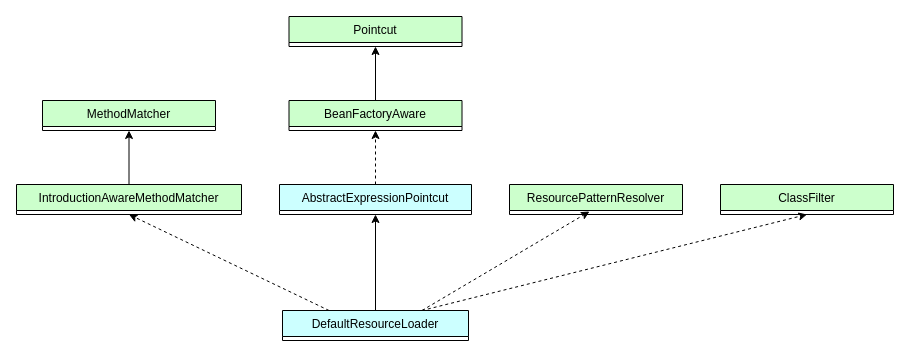
MuggleStar/draw_io keeps this draw.io diagram as spring/aop/AspectJExpressionPointcut.drawio. Above is the earlier version. Source tidied: cells renumbered, new cells numbered last; positions are measured from the earlier drawing's top-left corner, leaving out a move shared by most shapes. Both pictures are drawn from the tidied source at 100%, with x=0, y=0 at pixel (16, 16).
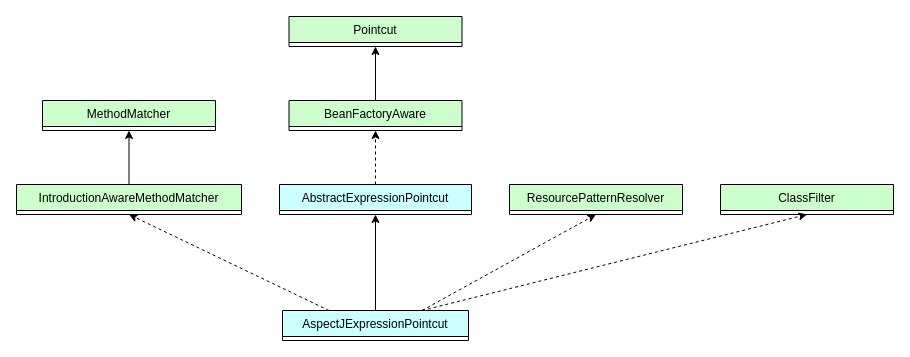
After the change.

The edit, as a diff of the source:
```diff
@@
 <mxGraphModel>
   <root>
     <mxCell id="0" />
     <mxCell id="1" parent="0" />
-    <mxCell id="2" value="DefaultResourceLoader" style="swimlane;fontStyle=0;horizontal=1;startSize=26;fillColor=#CCFFFF;direction=east;strokeColor=default;swimlaneLine=1;glass=0;rounded=0;shadow=0;" parent="1" vertex="1" collapsed="1">
+    <mxCell id="2" value="AspectJExpressionPointcut" style="swimlane;fontStyle=0;horizontal=1;startSize=26;fillColor=#CCFFFF;direction=east;strokeColor=default;swimlaneLine=1;glass=0;rounded=0;shadow=0;" parent="1" vertex="1" collapsed="1">
       <mxGeometry x="266" y="294" width="186" height="30" as="geometry" />
     </mxCell>
     <mxCell id="3" style="endArrow=classic;html=1;rounded=0;dashed=1;exitX=0.75;exitY=0;exitDx=0;exitDy=0;entryX=0.5;entryY=1;entryDx=0;entryDy=0;" parent="1" edge="1" source="2" target="9">
       <mxGeometry relative="1" as="geometry" />
     </mxCell>
-    <mxCell id="4" style="endArrow=classic;html=1;rounded=0;exitX=0.5;exitY=0;exitDx=0;exitDy=0;" parent="1" edge="1" source="2" target="11">
+    <mxCell id="4" style="endArrow=classic;html=1;rounded=0;exitX=0.5;exitY=0;exitDx=0;exitDy=0;entryX=0.5;entryY=1;entryDx=0;entryDy=0;" parent="1" edge="1" source="2" target="11">
       <mxGeometry relative="1" as="geometry" />
     </mxCell>
     <mxCell id="5" value="MethodMatcher" style="swimlane;fontStyle=0;horizontal=1;startSize=26;fillColor=#CCFFCC;direction=east;strokeColor=default;swimlaneLine=1;glass=0;rounded=0;shadow=0;" parent="1" vertex="1" collapsed="1">
       <mxGeometry x="26" y="84" width="173" height="30" as="geometry" />
     </mxCell>
     <mxCell id="6" value="Pointcut" style="swimlane;fontStyle=0;horizontal=1;startSize=26;fillColor=#CCFFCC;direction=east;strokeColor=default;swimlaneLine=1;glass=0;rounded=0;shadow=0;" parent="1" vertex="1" collapsed="1">
       <mxGeometry x="272.5" width="173" height="30" as="geometry" />
     </mxCell>
     <mxCell id="7" value="BeanFactoryAware" style="swimlane;fontStyle=0;horizontal=1;startSize=26;fillColor=#CCFFCC;direction=east;strokeColor=default;swimlaneLine=1;glass=0;rounded=0;shadow=0;" parent="1" vertex="1" collapsed="1">
       <mxGeometry x="272.5" y="84" width="173" height="30" as="geometry" />
     </mxCell>
     <mxCell id="8" value="ResourcePatternResolver" style="swimlane;fontStyle=0;horizontal=1;startSize=26;fillColor=#CCFFCC;direction=east;strokeColor=default;swimlaneLine=1;glass=0;rounded=0;shadow=0;" parent="1" vertex="1" collapsed="1">
       <mxGeometry x="493" y="168" width="173" height="30" as="geometry" />
     </mxCell>
     <mxCell id="9" value="ClassFilter" style="swimlane;fontStyle=0;horizontal=1;startSize=26;fillColor=#CCFFCC;direction=east;strokeColor=default;swimlaneLine=1;glass=0;rounded=0;shadow=0;" parent="1" vertex="1" collapsed="1">
       <mxGeometry x="704" y="168" width="173" height="30" as="geometry" />
     </mxCell>
     <mxCell id="10" value="IntroductionAwareMethodMatcher" style="swimlane;fontStyle=0;horizontal=1;startSize=26;fillColor=#CCFFCC;direction=east;strokeColor=default;swimlaneLine=1;glass=0;rounded=0;shadow=0;" parent="1" vertex="1" collapsed="1">
       <mxGeometry y="168" width="225" height="30" as="geometry" />
     </mxCell>
     <mxCell id="11" value="AbstractExpressionPointcut" style="swimlane;fontStyle=0;horizontal=1;startSize=26;fillColor=#CCFFFF;direction=east;strokeColor=default;swimlaneLine=1;glass=0;rounded=0;shadow=0;" parent="1" vertex="1" collapsed="1">
       <mxGeometry x="263" y="168" width="192" height="30" as="geometry" />
     </mxCell>
-    <mxCell id="12" style="endArrow=classic;html=1;rounded=0;dashed=1;exitX=0.75;exitY=0;exitDx=0;exitDy=0;" parent="1" edge="1" source="2">
-      <mxGeometry relative="1" as="geometry">
-        <mxPoint x="573" y="195" as="targetPoint" />
-      </mxGeometry>
+    <mxCell id="12" style="endArrow=classic;html=1;rounded=0;dashed=1;exitX=0.75;exitY=0;exitDx=0;exitDy=0;entryX=0.5;entryY=1;entryDx=0;entryDy=0;" parent="1" edge="1" source="2" target="8">
+      <mxGeometry relative="1" as="geometry" />
     </mxCell>
     <mxCell id="13" style="endArrow=classic;html=1;rounded=0;dashed=1;exitX=0.25;exitY=0;exitDx=0;exitDy=0;entryX=0.5;entryY=1;entryDx=0;entryDy=0;" parent="1" edge="1" source="2" target="10">
       <mxGeometry relative="1" as="geometry" />
     </mxCell>
     <mxCell id="14" style="endArrow=classic;html=1;rounded=0;dashed=1;exitX=0.5;exitY=0;exitDx=0;exitDy=0;entryX=0.5;entryY=1;entryDx=0;entryDy=0;" parent="1" edge="1" source="11" target="7">
       <mxGeometry relative="1" as="geometry" />
     </mxCell>
     <mxCell id="15" style="endArrow=classic;html=1;rounded=0;exitX=0.5;exitY=0;exitDx=0;exitDy=0;entryX=0.5;entryY=1;entryDx=0;entryDy=0;" parent="1" edge="1" source="7" target="6">
       <mxGeometry relative="1" as="geometry" />
     </mxCell>
     <mxCell id="16" style="endArrow=classic;html=1;rounded=0;exitX=0.5;exitY=0;exitDx=0;exitDy=0;entryX=0.5;entryY=1;entryDx=0;entryDy=0;" parent="1" edge="1" source="10" target="5">
       <mxGeometry relative="1" as="geometry" />
     </mxCell>
   </root>
 </mxGraphModel>
```
